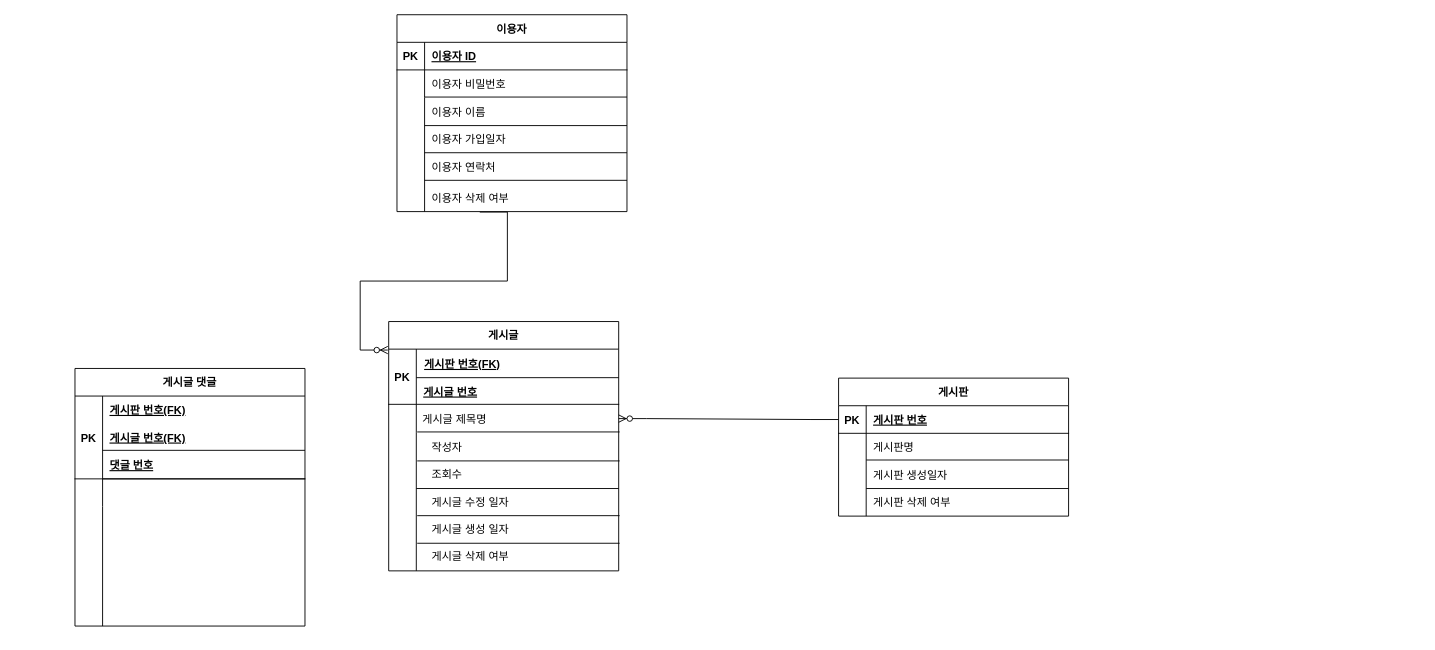
The draw.io diagram 제목 없는 다이어그램.drawio in First-jisu-Han/Blog, before the edit. Source tidied: cells renumbered, new cells numbered last; positions are measured from the earlier drawing's top-left corner, leaving out a move shared by most shapes. Both pictures are drawn from the tidied source at 92%, with x=0, y=0 at pixel (75, 15).
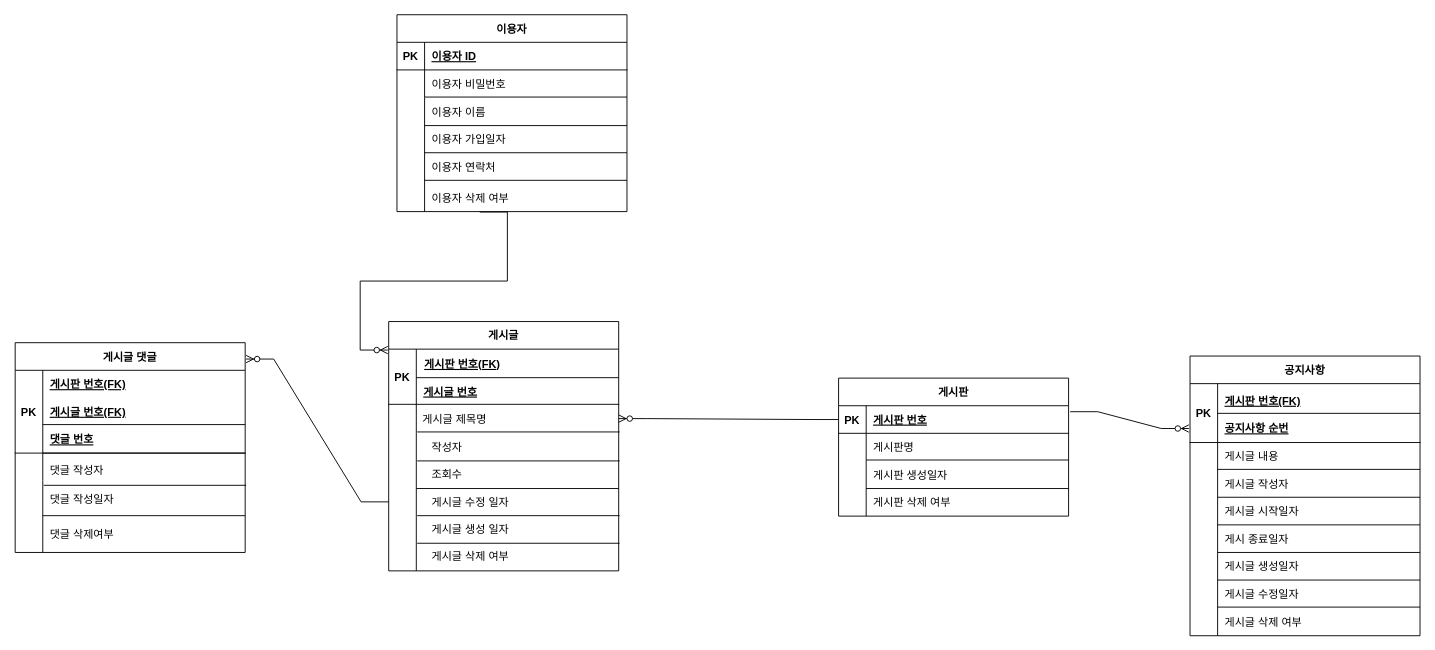
The same page after the edit.

Unchanged cells that the change refers to:
```xml
<mxCell id="3" style="shape=partialRectangle;fillColor=none;points=[[0,0.5],[1,0.5]];portConstraint=eastwest;top=0;left=0;right=0;bottom=1;" parent="2" vertex="1">
  <mxGeometry y="30" width="250" height="30" as="geometry" />
</mxCell>
<mxCell id="21" style="shape=partialRectangle;fillColor=none;points=[[0,0.5],[1,0.5]];portConstraint=eastwest;top=0;left=0;right=0;bottom=0;" parent="14" vertex="1">
  <mxGeometry y="121" width="250" height="150" as="geometry" />
</mxCell>
```

Diff of the diagram source:
```diff
@@
     <mxCell id="60" value="게시글 댓글" style="shape=table;startSize=30;childLayout=tableLayout;rowLines=0;fontStyle=1;align=center;" parent="1" vertex="1">
-      <mxGeometry y="384" width="250" height="280" as="geometry" />
+      <mxGeometry x="-65" y="356" width="250" height="228" as="geometry" />
     </mxCell>
@@
     <mxCell id="67" style="shape=partialRectangle;fillColor=none;top=0;left=0;right=0;bottom=0;" parent="60" vertex="1">
-      <mxGeometry y="150" width="250" height="130" as="geometry" />
+      <mxGeometry y="150" width="250" height="78" as="geometry" />
     </mxCell>
     <mxCell id="68" style="shape=partialRectangle;overflow=hidden;fillColor=none;top=0;left=0;bottom=0;right=0;" parent="67" vertex="1">
-      <mxGeometry width="30" height="130" as="geometry" />
+      <mxGeometry width="30" height="78" as="geometry" />
     </mxCell>
     <mxCell id="69" style="shape=partialRectangle;overflow=hidden;fillColor=none;top=0;left=0;bottom=0;right=0;align=left;spacingLeft=6;" parent="67" vertex="1">
-      <mxGeometry x="30" width="220" height="130" as="geometry" />
+      <mxGeometry x="30" width="220" height="78" as="geometry" />
     </mxCell>
     <mxCell id="70" style="endArrow=none;html=1;rounded=0;" parent="1" edge="1">
       <mxGeometry relative="1" as="geometry">
-        <mxPoint x="30" y="473" as="sourcePoint" />
-        <mxPoint x="250" y="473" as="targetPoint" />
+        <mxPoint x="-35" y="445" as="sourcePoint" />
+        <mxPoint x="185" y="445" as="targetPoint" />
       </mxGeometry>
     </mxCell>
     <mxCell id="71" style="endArrow=none;html=1;rounded=0;" parent="1" edge="1">
       <mxGeometry relative="1" as="geometry">
-        <mxPoint x="30" y="504" as="sourcePoint" />
-        <mxPoint x="250" y="504" as="targetPoint" />
+        <mxPoint x="-35" y="476" as="sourcePoint" />
+        <mxPoint x="185" y="476" as="targetPoint" />
       </mxGeometry>
     </mxCell>
     <mxCell id="72" value="게시판 번호(FK)" style="shape=partialRectangle;overflow=hidden;fillColor=none;top=0;left=0;bottom=0;right=0;align=left;spacingLeft=6;fontStyle=5;" parent="1" vertex="1">
-      <mxGeometry x="30" y="414" width="220" height="30" as="geometry" />
+      <mxGeometry x="-35" y="386" width="220" height="30" as="geometry" />
     </mxCell>
     <mxCell id="73" value="게시글 번호(FK)" style="shape=partialRectangle;overflow=hidden;fillColor=none;top=0;left=0;bottom=0;right=0;align=left;spacingLeft=6;fontStyle=5;" parent="1" vertex="1">
-      <mxGeometry x="30" y="444" width="220" height="30" as="geometry" />
+      <mxGeometry x="-35" y="416" width="220" height="30" as="geometry" />
     </mxCell>
     <mxCell id="74" value="댓글 번호" style="shape=partialRectangle;overflow=hidden;fillColor=none;top=0;left=0;bottom=0;right=0;align=left;spacingLeft=6;fontStyle=5;" parent="1" vertex="1">
-      <mxGeometry x="30" y="474" width="220" height="30" as="geometry" />
+      <mxGeometry x="-35" y="446" width="220" height="30" as="geometry" />
     </mxCell>
+    <mxCell id="75" value="댓글 작성자" style="shape=partialRectangle;overflow=hidden;fillColor=none;top=0;left=0;bottom=0;right=0;align=left;spacingLeft=6;" parent="1" vertex="1">
+      <mxGeometry x="-35" y="479" width="220" height="30" as="geometry" />
+    </mxCell>
+    <mxCell id="76" value="댓글 작성일자" style="shape=partialRectangle;overflow=hidden;fillColor=none;top=0;left=0;bottom=0;right=0;align=left;spacingLeft=6;" parent="1" vertex="1">
+      <mxGeometry x="-35" y="511" width="220" height="30" as="geometry" />
+    </mxCell>
+    <mxCell id="77" value="댓글 삭제여부" style="shape=partialRectangle;overflow=hidden;fillColor=none;top=0;left=0;bottom=0;right=0;align=left;spacingLeft=6;" parent="1" vertex="1">
+      <mxGeometry x="-35" y="549" width="220" height="30" as="geometry" />
+    </mxCell>
+    <mxCell id="78" style="endArrow=none;html=1;rounded=0;" parent="1" edge="1">
+      <mxGeometry relative="1" as="geometry">
+        <mxPoint x="-34" y="511" as="sourcePoint" />
+        <mxPoint x="186" y="511" as="targetPoint" />
+      </mxGeometry>
+    </mxCell>
+    <mxCell id="79" style="endArrow=none;html=1;rounded=0;" parent="1" edge="1">
+      <mxGeometry relative="1" as="geometry">
+        <mxPoint x="-35" y="544" as="sourcePoint" />
+        <mxPoint x="185" y="544" as="targetPoint" />
+      </mxGeometry>
+    </mxCell>
+    <mxCell id="80" style="edgeStyle=entityRelationEdgeStyle;fontSize=12;html=1;endArrow=ERzeroToMany;endFill=1;rounded=0;entryX=1.004;entryY=0.078;entryDx=0;entryDy=0;entryPerimeter=0;exitX=0;exitY=0.5;exitDx=0;exitDy=0;" parent="1" edge="1" source="21" target="60">
+      <mxGeometry relative="1" as="geometry" />
+    </mxCell>
+    <mxCell id="81" value="공지사항" style="shape=table;startSize=30;childLayout=tableLayout;rowLines=0;fontStyle=1;align=center;" parent="1" vertex="1">
+      <mxGeometry x="1212" y="370.5" width="250" height="304" as="geometry" />
+    </mxCell>
+    <mxCell id="82" style="shape=partialRectangle;fillColor=none;points=[[0,0.5],[1,0.5]];portConstraint=eastwest;top=0;left=0;right=0;bottom=1;" parent="81" vertex="1">
+      <mxGeometry y="30" width="250" height="64" as="geometry" />
+    </mxCell>
+    <mxCell id="83" value="PK" style="shape=partialRectangle;overflow=hidden;fillColor=none;top=0;left=0;bottom=0;right=0;fontStyle=1;" parent="82" vertex="1">
+      <mxGeometry width="30" height="64" as="geometry" />
+    </mxCell>
+    <mxCell id="84" style="shape=partialRectangle;overflow=hidden;fillColor=none;top=0;left=0;bottom=0;right=0;align=left;spacingLeft=6;fontStyle=5;" parent="82" vertex="1">
+      <mxGeometry x="30" width="220" height="64" as="geometry" />
+    </mxCell>
+    <mxCell id="85" style="shape=partialRectangle;fillColor=none;top=0;left=0;right=0;bottom=0;" parent="81" vertex="1">
+      <mxGeometry y="94" width="250" height="210" as="geometry" />
+    </mxCell>
+    <mxCell id="86" style="shape=partialRectangle;overflow=hidden;fillColor=none;top=0;left=0;bottom=0;right=0;" parent="85" vertex="1">
+      <mxGeometry width="30" height="210" as="geometry" />
+    </mxCell>
+    <mxCell id="87" style="shape=partialRectangle;overflow=hidden;fillColor=none;top=0;left=0;bottom=0;right=0;align=left;spacingLeft=6;" parent="85" vertex="1">
+      <mxGeometry x="30" width="220" height="210" as="geometry" />
+    </mxCell>
+    <mxCell id="88" style="endArrow=none;html=1;rounded=0;" parent="1" edge="1">
+      <mxGeometry relative="1" as="geometry">
+        <mxPoint x="1242" y="493.7" as="sourcePoint" />
+        <mxPoint x="1462" y="493.7" as="targetPoint" />
+      </mxGeometry>
+    </mxCell>
+    <mxCell id="89" value="게시판 번호(FK)" style="shape=partialRectangle;overflow=hidden;fillColor=none;top=0;left=0;bottom=0;right=0;align=left;spacingLeft=6;fontStyle=5;" parent="1" vertex="1">
+      <mxGeometry x="1242" y="404" width="220" height="30" as="geometry" />
+    </mxCell>
+    <mxCell id="90" value="공지사항 순번" style="shape=partialRectangle;overflow=hidden;fillColor=none;top=0;left=0;bottom=0;right=0;align=left;spacingLeft=6;fontStyle=5;" parent="1" vertex="1">
+      <mxGeometry x="1242" y="434" width="220" height="30" as="geometry" />
+    </mxCell>
+    <mxCell id="91" style="endArrow=none;html=1;rounded=0;" parent="1" edge="1">
+      <mxGeometry relative="1" as="geometry">
+        <mxPoint x="1242" y="432.8" as="sourcePoint" />
+        <mxPoint x="1462" y="432.8" as="targetPoint" />
+      </mxGeometry>
+    </mxCell>
+    <mxCell id="92" value="게시글 시작일자" style="shape=partialRectangle;overflow=hidden;fillColor=none;top=0;left=0;bottom=0;right=0;align=left;spacingLeft=6;" parent="1" vertex="1">
+      <mxGeometry x="1242" y="524" width="220" height="30" as="geometry" />
+    </mxCell>
+    <mxCell id="93" value="게시글 내용" style="shape=partialRectangle;overflow=hidden;fillColor=none;top=0;left=0;bottom=0;right=0;align=left;spacingLeft=6;" parent="1" vertex="1">
+      <mxGeometry x="1242" y="464" width="220" height="30" as="geometry" />
+    </mxCell>
+    <mxCell id="94" value="게시 종료일자" style="shape=partialRectangle;overflow=hidden;fillColor=none;top=0;left=0;bottom=0;right=0;align=left;spacingLeft=6;" parent="1" vertex="1">
+      <mxGeometry x="1242" y="554" width="220" height="30" as="geometry" />
+    </mxCell>
+    <mxCell id="95" style="endArrow=none;html=1;rounded=0;" parent="1" edge="1">
+      <mxGeometry relative="1" as="geometry">
+        <mxPoint x="1242" y="524" as="sourcePoint" />
+        <mxPoint x="1462" y="524" as="targetPoint" />
+      </mxGeometry>
+    </mxCell>
+    <mxCell id="96" value="게시글 삭제 여부" style="shape=partialRectangle;overflow=hidden;fillColor=none;top=0;left=0;bottom=0;right=0;align=left;spacingLeft=6;" parent="1" vertex="1">
+      <mxGeometry x="1242" y="644" width="220" height="30" as="geometry" />
+    </mxCell>
+    <mxCell id="97" style="endArrow=none;html=1;rounded=0;" parent="1" edge="1">
+      <mxGeometry relative="1" as="geometry">
+        <mxPoint x="1242" y="554" as="sourcePoint" />
+        <mxPoint x="1462" y="554" as="targetPoint" />
+      </mxGeometry>
+    </mxCell>
+    <mxCell id="98" style="endArrow=none;html=1;rounded=0;" parent="1" edge="1">
+      <mxGeometry relative="1" as="geometry">
+        <mxPoint x="1242" y="584" as="sourcePoint" />
+        <mxPoint x="1462" y="584" as="targetPoint" />
+      </mxGeometry>
+    </mxCell>
+    <mxCell id="99" style="endArrow=none;html=1;rounded=0;" parent="1" edge="1">
+      <mxGeometry relative="1" as="geometry">
+        <mxPoint x="1242" y="614" as="sourcePoint" />
+        <mxPoint x="1462" y="614" as="targetPoint" />
+      </mxGeometry>
+    </mxCell>
+    <mxCell id="100" value="게시글 작성자" style="shape=partialRectangle;overflow=hidden;fillColor=none;top=0;left=0;bottom=0;right=0;align=left;spacingLeft=6;" parent="1" vertex="1">
+      <mxGeometry x="1242" y="494" width="220" height="30" as="geometry" />
+    </mxCell>
+    <mxCell id="101" value="게시글 생성일자" style="shape=partialRectangle;overflow=hidden;fillColor=none;top=0;left=0;bottom=0;right=0;align=left;spacingLeft=6;" parent="1" vertex="1">
+      <mxGeometry x="1242" y="584" width="220" height="30" as="geometry" />
+    </mxCell>
+    <mxCell id="102" value="게시글 수정일자" style="shape=partialRectangle;overflow=hidden;fillColor=none;top=0;left=0;bottom=0;right=0;align=left;spacingLeft=6;" parent="1" vertex="1">
+      <mxGeometry x="1242" y="614" width="220" height="30" as="geometry" />
+    </mxCell>
+    <mxCell id="103" style="edgeStyle=entityRelationEdgeStyle;fontSize=12;html=1;endArrow=ERzeroToMany;endFill=1;rounded=0;exitX=1.007;exitY=0.217;exitDx=0;exitDy=0;exitPerimeter=0;entryX=-0.005;entryY=0.762;entryDx=0;entryDy=0;entryPerimeter=0;" parent="1" edge="1" source="3" target="82">
+      <mxGeometry relative="1" as="geometry" />
+    </mxCell>
+    <mxCell id="104" style="endArrow=none;html=1;rounded=0;" parent="1" edge="1">
+      <mxGeometry relative="1" as="geometry">
+        <mxPoint x="1242" y="643.4" as="sourcePoint" />
+        <mxPoint x="1462" y="643.4" as="targetPoint" />
+      </mxGeometry>
+    </mxCell>
```
